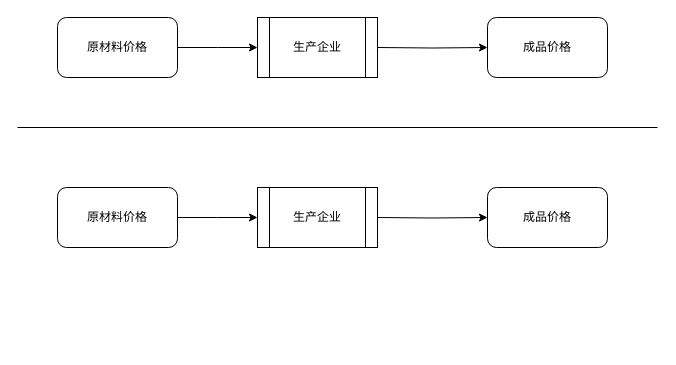
The draw.io diagram Untitled Diagram.drawio in frankyzf/drawio, before the edit. Source tidied: cells renumbered, new cells numbered last; positions are measured from the earlier drawing's top-left corner, leaving out a move shared by most shapes. Both pictures are drawn from the tidied source at 100%, with x=0, y=0 at pixel (17, 17).
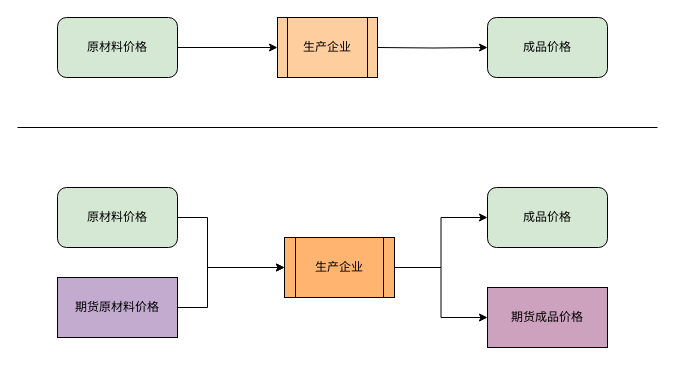
The same page after the edit.

Change to the diagram source:
```diff
@@
-    <mxCell id="2" style="edgeStyle=orthogonalEdgeStyle;rounded=0;jettySize=auto;html=1;" parent="1" edge="1" source="3">
-      <mxGeometry relative="1" as="geometry">
-        <mxPoint x="240" y="30" as="targetPoint" />
-      </mxGeometry>
+    <mxCell id="2" style="edgeStyle=orthogonalEdgeStyle;rounded=0;jettySize=auto;html=1;entryX=0;entryY=0.5;entryDx=0;entryDy=0;" parent="1" edge="1" source="3" target="7">
+      <mxGeometry relative="1" as="geometry" />
     </mxCell>
-    <mxCell id="3" value="原材料价格" style="rounded=1;whiteSpace=wrap;html=1;" parent="1" vertex="1">
+    <mxCell id="3" value="原材料价格" style="rounded=1;whiteSpace=wrap;html=1;fillColor=#D5E8D4;" parent="1" vertex="1">
       <mxGeometry x="40" width="120" height="60" as="geometry" />
     </mxCell>
@@
-    <mxCell id="5" value="成品价格" style="rounded=1;whiteSpace=wrap;html=1;" parent="1" vertex="1">
+    <mxCell id="5" value="成品价格" style="rounded=1;whiteSpace=wrap;html=1;fillColor=#D5E8D4;" parent="1" vertex="1">
       <mxGeometry x="470" width="120" height="60" as="geometry" />
     </mxCell>
@@
-    <mxCell id="7" value="生产企业" style="shape=process;whiteSpace=wrap;html=1;backgroundOutline=1;" parent="1" vertex="1">
-      <mxGeometry x="240" width="120" height="60" as="geometry" />
+    <mxCell id="7" value="生产企业" style="shape=process;whiteSpace=wrap;html=1;backgroundOutline=1;fillColor=#FFCE9F;" parent="1" vertex="1">
+      <mxGeometry x="260" width="100" height="60" as="geometry" />
     </mxCell>
-    <mxCell id="8" style="edgeStyle=orthogonalEdgeStyle;rounded=0;jettySize=auto;html=1;" parent="1" edge="1" source="9">
+    <mxCell id="8" style="edgeStyle=orthogonalEdgeStyle;rounded=0;jettySize=auto;html=1;entryX=0;entryY=0.5;entryDx=0;entryDy=0;" parent="1" edge="1" source="9" target="12">
       <mxGeometry relative="1" as="geometry">
-        <mxPoint x="240" y="200" as="targetPoint" />
+        <Array as="points">
+          <mxPoint x="190" y="200" />
+          <mxPoint x="190" y="250" />
+        </Array>
       </mxGeometry>
     </mxCell>
-    <mxCell id="9" value="原材料价格" style="rounded=1;whiteSpace=wrap;html=1;" parent="1" vertex="1">
+    <mxCell id="9" value="原材料价格" style="rounded=1;whiteSpace=wrap;html=1;fillColor=#D5E8D4;" parent="1" vertex="1">
       <mxGeometry x="40" y="170" width="120" height="60" as="geometry" />
     </mxCell>
-    <mxCell id="10" style="edgeStyle=orthogonalEdgeStyle;rounded=0;jettySize=auto;html=1;" parent="1" edge="1" target="11">
-      <mxGeometry relative="1" as="geometry">
-        <mxPoint x="360" y="200" as="sourcePoint" />
-      </mxGeometry>
+    <mxCell id="10" style="edgeStyle=orthogonalEdgeStyle;rounded=0;jettySize=auto;html=1;exitX=1;exitY=0.5;exitDx=0;exitDy=0;" parent="1" edge="1" source="12" target="11">
+      <mxGeometry relative="1" as="geometry" />
     </mxCell>
-    <mxCell id="11" value="成品价格" style="rounded=1;whiteSpace=wrap;html=1;" parent="1" vertex="1">
+    <mxCell id="11" value="成品价格" style="rounded=1;whiteSpace=wrap;html=1;fillColor=#D5E8D4;" parent="1" vertex="1">
       <mxGeometry x="470" y="170" width="120" height="60" as="geometry" />
     </mxCell>
-    <mxCell id="12" value="生产企业" style="shape=process;whiteSpace=wrap;html=1;backgroundOutline=1;" parent="1" vertex="1">
-      <mxGeometry x="240" y="170" width="120" height="60" as="geometry" />
+    <mxCell id="12" value="生产企业" style="shape=process;whiteSpace=wrap;html=1;backgroundOutline=1;fillColor=#FFB570;" parent="1" vertex="1">
+      <mxGeometry x="267" y="220" width="110" height="60" as="geometry" />
     </mxCell>
+    <mxCell id="13" style="edgeStyle=orthogonalEdgeStyle;rounded=0;jettySize=auto;html=1;entryX=0;entryY=0.5;entryDx=0;entryDy=0;" parent="1" edge="1" source="14" target="12">
+      <mxGeometry relative="1" as="geometry">
+        <Array as="points">
+          <mxPoint x="190" y="290" />
+          <mxPoint x="190" y="250" />
+        </Array>
+      </mxGeometry>
+    </mxCell>
+    <mxCell id="14" value="期货原材料价格" style="rounded=0;whiteSpace=wrap;html=1;fillColor=#C3ABD0;" parent="1" vertex="1">
+      <mxGeometry x="40" y="260" width="120" height="60" as="geometry" />
+    </mxCell>
+    <mxCell id="15" value="期货成品价格" style="rounded=0;whiteSpace=wrap;html=1;fillColor=#CDA2BE;" parent="1" vertex="1">
+      <mxGeometry x="470" y="270" width="120" height="60" as="geometry" />
+    </mxCell>
+    <mxCell id="16" style="edgeStyle=orthogonalEdgeStyle;rounded=0;jettySize=auto;html=1;exitX=1;exitY=0.5;exitDx=0;exitDy=0;entryX=0;entryY=0.5;entryDx=0;entryDy=0;" parent="1" edge="1" source="12" target="15">
+      <mxGeometry relative="1" as="geometry" />
+    </mxCell>
```
